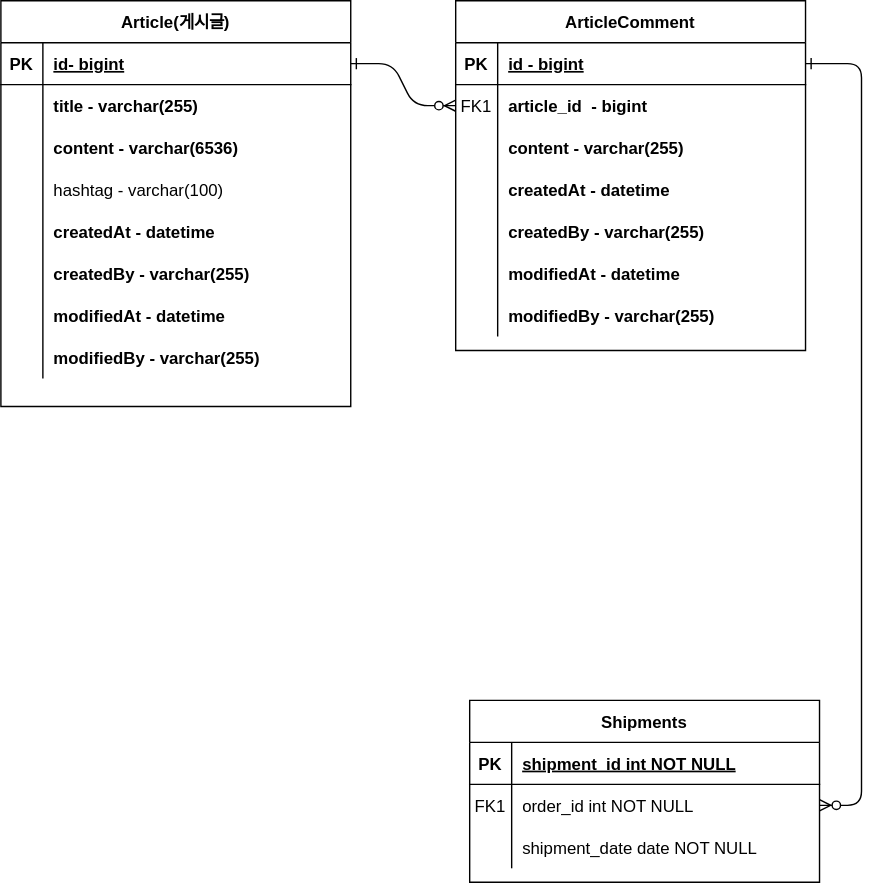
Earlier version of the draw.io export document/project-board-erd.svg (maeng555/fastcampus-project-board). Source tidied: cells renumbered, new cells last; positions are measured from the earlier drawing's top-left corner, leaving out a move shared by most shapes.
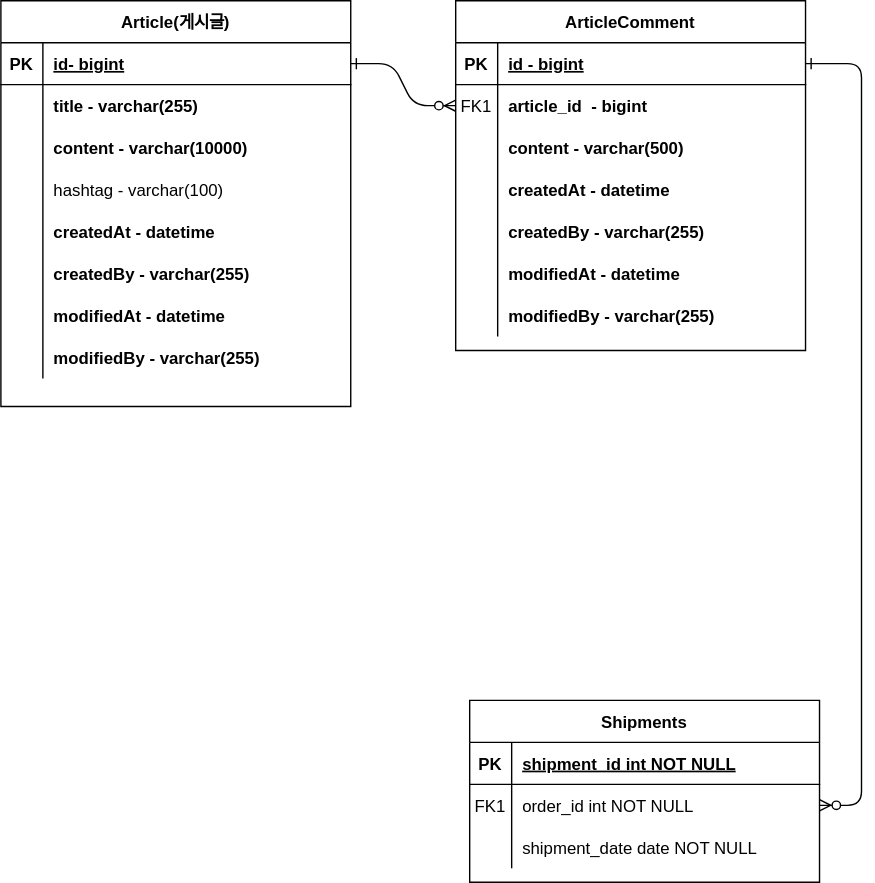
After the commit.

Commit message:
#9 - erd 업데이트: content size 변경

Change to the diagram source:
```diff
@@ -35,7 +35,7 @@
     <mxCell id="12" style="shape=partialRectangle;overflow=hidden;fillColor=none;top=0;left=0;bottom=0;right=0;" parent="11" vertex="1">
       <mxGeometry width="30" height="30" as="geometry" />
     </mxCell>
-    <mxCell id="13" value="content - varchar(255)" style="shape=partialRectangle;overflow=hidden;fillColor=none;top=0;left=0;bottom=0;right=0;align=left;spacingLeft=6;fontStyle=1;" parent="11" vertex="1">
+    <mxCell id="13" value="content - varchar(500)" style="shape=partialRectangle;overflow=hidden;fillColor=none;top=0;left=0;bottom=0;right=0;align=left;spacingLeft=6;fontStyle=1;" parent="11" vertex="1">
       <mxGeometry x="30" width="220" height="30" as="geometry" />
     </mxCell>
     <mxCell id="14" style="shape=partialRectangle;fillColor=none;top=0;left=0;right=0;bottom=0;" parent="4" vertex="1">
@@ -131,7 +131,7 @@
     <mxCell id="44" style="shape=partialRectangle;overflow=hidden;fillColor=none;top=0;left=0;bottom=0;right=0;" parent="43" vertex="1">
       <mxGeometry width="30" height="30" as="geometry" />
     </mxCell>
-    <mxCell id="45" value="content - varchar(6536)" style="shape=partialRectangle;overflow=hidden;fillColor=none;top=0;left=0;bottom=0;right=0;align=left;spacingLeft=6;fontStyle=1;" parent="43" vertex="1">
+    <mxCell id="45" value="content - varchar(10000)" style="shape=partialRectangle;overflow=hidden;fillColor=none;top=0;left=0;bottom=0;right=0;align=left;spacingLeft=6;fontStyle=1;" parent="43" vertex="1">
       <mxGeometry x="30" width="220" height="30" as="geometry" />
     </mxCell>
     <mxCell id="46" style="shape=partialRectangle;fillColor=none;top=0;left=0;right=0;bottom=0;" parent="36" vertex="1">
```
